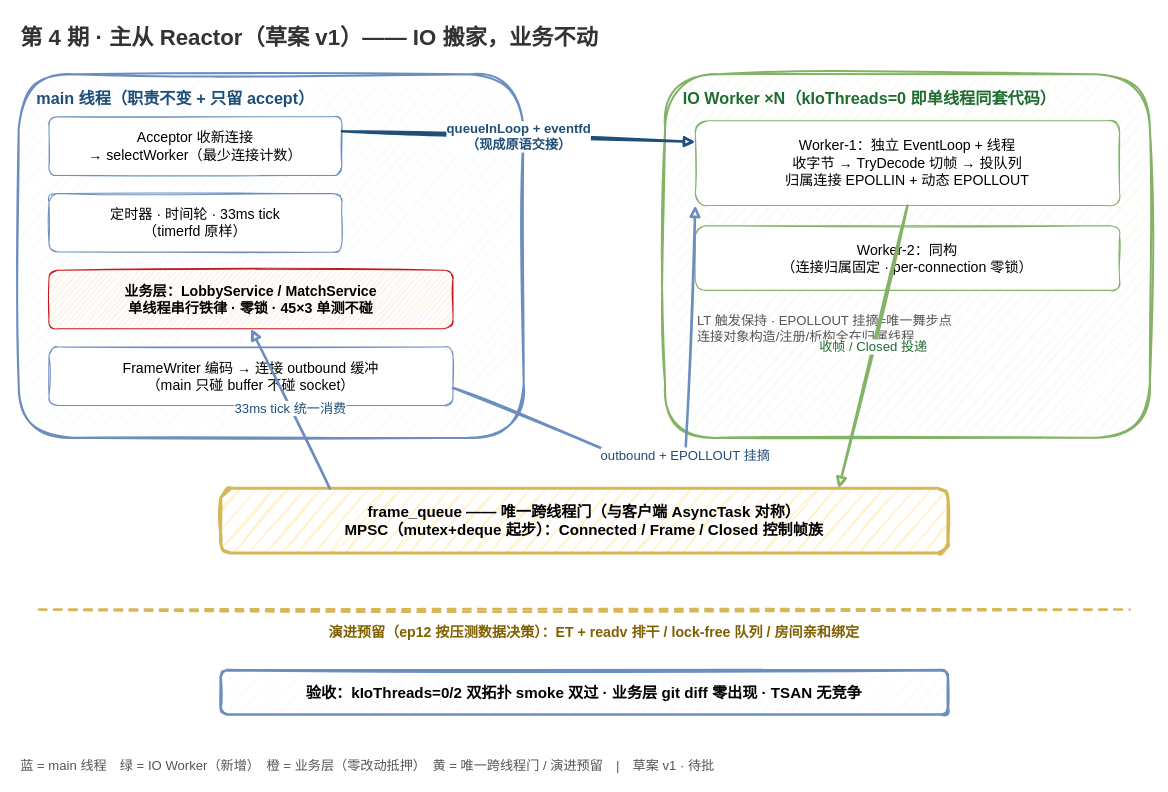
Before: docs/episodes/ep04/net_reactor.drawio in x-PiXiu/Sightline, a draw.io diagram. Source tidied: cells renumbered, new cells numbered last; positions are measured from the earlier drawing's top-left corner, leaving out a move shared by most shapes. Both pictures are drawn from the tidied source at 101%, with x=0, y=0 at pixel (18, 17).
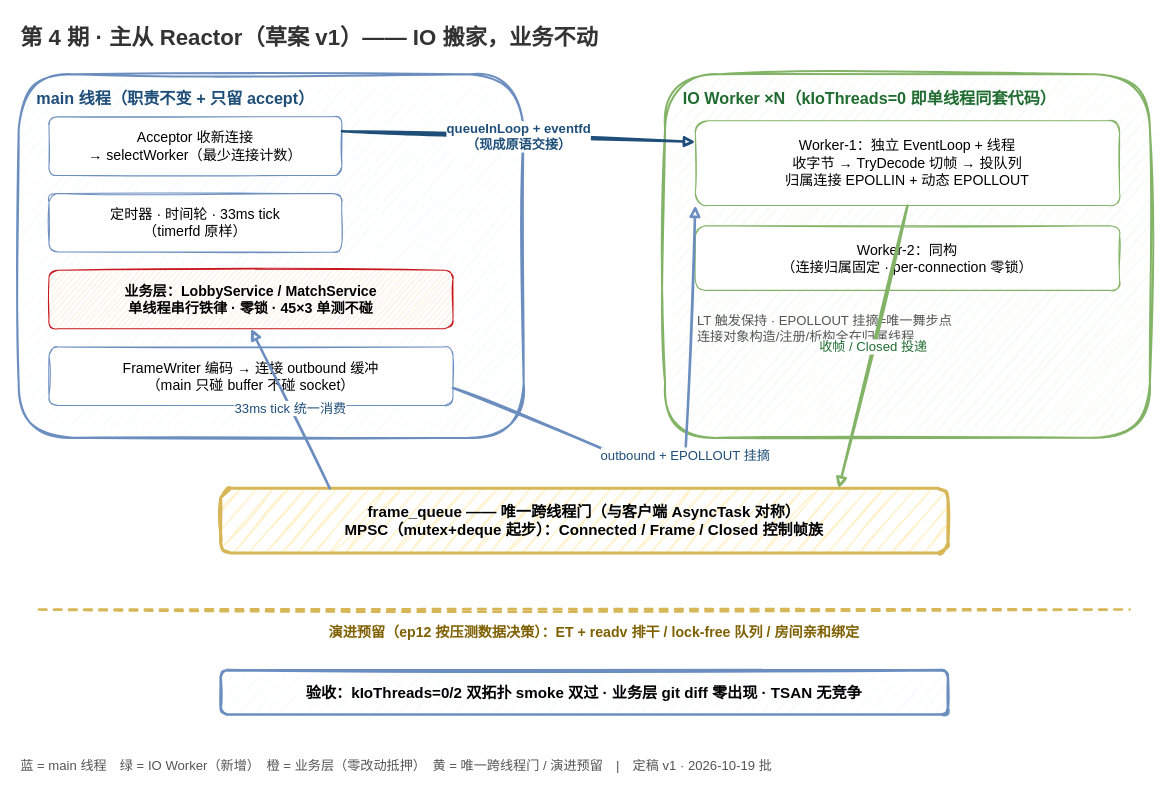
Above is the later version.

What changed in the source:
```diff
@@
-    <mxCell id="22" value="蓝 = main 线程　绿 = IO Worker（新增）　橙 = 业务层（零改动抵押）　黄 = 唯一跨线程门 / 演进预留　|　草案 v1 · 待批" style="text;fontSize=13;fontColor=#555555;align=left;sketch=1;" parent="1" vertex="1">
+    <mxCell id="22" value="蓝 = main 线程　绿 = IO Worker（新增）　橙 = 业务层（零改动抵押）　黄 = 唯一跨线程门 / 演进预留　|　定稿 v1 · 2026-10-19 批" style="text;fontSize=13;fontColor=#555555;align=left;sketch=1;" parent="1" vertex="1">
       <mxGeometry y="726" width="1120" height="24" as="geometry" />
     </mxCell>
```
